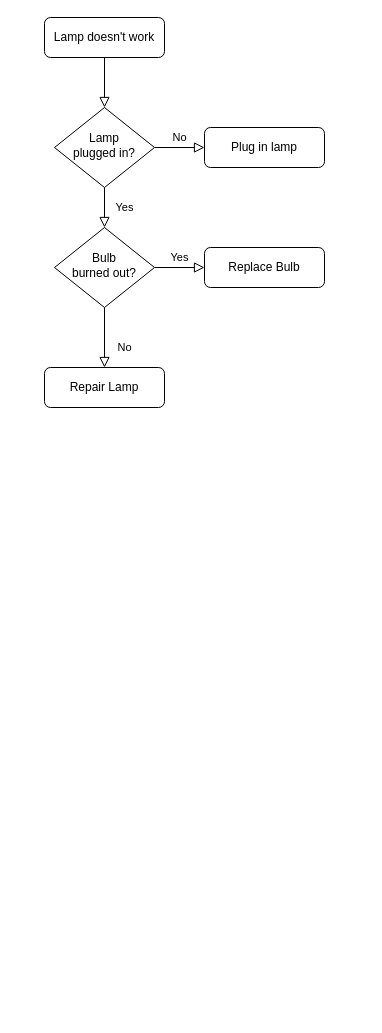
Earlier version of the draw.io diagram Junction.drawio (DanilBV04/CI514---Embedded-Systems). Source tidied: cells renumbered, new cells numbered last; positions are measured from the earlier drawing's top-left corner, leaving out a move shared by most shapes. Both pictures are drawn from the tidied source at 100%, with x=0, y=0 at pixel (44, 17).
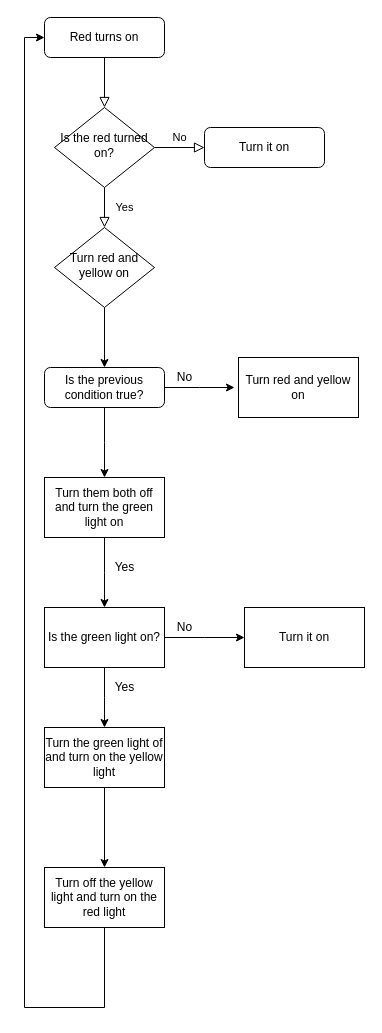
The same page after the edit.

What changed in the source:
```diff
@@
-    <mxCell id="3" value="Lamp doesn't work" style="rounded=1;whiteSpace=wrap;html=1;fontSize=12;glass=0;strokeWidth=1;shadow=0;" parent="1" vertex="1">
+    <mxCell id="3" value="Red turns on" style="rounded=1;whiteSpace=wrap;html=1;fontSize=12;glass=0;strokeWidth=1;shadow=0;" parent="1" vertex="1">
       <mxGeometry width="120" height="40" as="geometry" />
     </mxCell>
@@
-    <mxCell id="6" value="Lamp&lt;br&gt;plugged in?" style="rhombus;whiteSpace=wrap;html=1;shadow=0;fontFamily=Helvetica;fontSize=12;align=center;strokeWidth=1;spacing=6;spacingTop=-4;" parent="1" vertex="1">
+    <mxCell id="6" value="Is the red turned on?" style="rhombus;whiteSpace=wrap;html=1;shadow=0;fontFamily=Helvetica;fontSize=12;align=center;strokeWidth=1;spacing=6;spacingTop=-4;" parent="1" vertex="1">
       <mxGeometry x="10" y="90" width="100" height="80" as="geometry" />
     </mxCell>
-    <mxCell id="7" value="Plug in lamp" style="rounded=1;whiteSpace=wrap;html=1;fontSize=12;glass=0;strokeWidth=1;shadow=0;" parent="1" vertex="1">
+    <mxCell id="7" value="Turn it on" style="rounded=1;whiteSpace=wrap;html=1;fontSize=12;glass=0;strokeWidth=1;shadow=0;" parent="1" vertex="1">
       <mxGeometry x="160" y="110" width="120" height="40" as="geometry" />
     </mxCell>
-    <mxCell id="8" value="No" style="rounded=0;html=1;jettySize=auto;fontSize=11;endArrow=block;endFill=0;endSize=8;strokeWidth=1;shadow=0;labelBackgroundColor=none;edgeStyle=orthogonalEdgeStyle;" parent="1" edge="1" source="10" target="11">
-      <mxGeometry x="0.33" y="20" relative="1" as="geometry" />
+    <mxCell id="8" style="edgeStyle=orthogonalEdgeStyle;rounded=0;jettySize=auto;html=1;entryX=0.5;entryY=0;entryDx=0;entryDy=0;" parent="1" edge="1" source="10" target="11">
+      <mxGeometry relative="1" as="geometry" />
     </mxCell>
-    <mxCell id="9" value="Yes" style="edgeStyle=orthogonalEdgeStyle;rounded=0;html=1;jettySize=auto;fontSize=11;endArrow=block;endFill=0;endSize=8;strokeWidth=1;shadow=0;labelBackgroundColor=none;" parent="1" edge="1" source="10" target="12">
-      <mxGeometry y="10" relative="1" as="geometry" />
-    </mxCell>
-    <mxCell id="10" value="Bulb&lt;br&gt;burned out?" style="rhombus;whiteSpace=wrap;html=1;shadow=0;fontFamily=Helvetica;fontSize=12;align=center;strokeWidth=1;spacing=6;spacingTop=-4;" parent="1" vertex="1">
+    <mxCell id="10" value="Turn red and yellow on" style="rhombus;whiteSpace=wrap;html=1;shadow=0;fontFamily=Helvetica;fontSize=12;align=center;strokeWidth=1;spacing=6;spacingTop=-4;" parent="1" vertex="1">
       <mxGeometry x="10" y="210" width="100" height="80" as="geometry" />
     </mxCell>
+    <mxCell id="13" style="edgeStyle=orthogonalEdgeStyle;rounded=0;jettySize=auto;html=1;" parent="1" edge="1" source="11">
+      <mxGeometry relative="1" as="geometry">
+        <mxPoint x="190" y="370" as="targetPoint" />
+      </mxGeometry>
+    </mxCell>
+    <mxCell id="14" style="edgeStyle=orthogonalEdgeStyle;rounded=0;jettySize=auto;html=1;" parent="1" edge="1" source="11">
+      <mxGeometry relative="1" as="geometry">
+        <mxPoint x="60" y="460" as="targetPoint" />
+      </mxGeometry>
+    </mxCell>
-    <mxCell id="11" value="Repair Lamp" style="rounded=1;whiteSpace=wrap;html=1;fontSize=12;glass=0;strokeWidth=1;shadow=0;" parent="1" vertex="1">
+    <mxCell id="11" value="Is the previous condition true?" style="rounded=1;whiteSpace=wrap;html=1;fontSize=12;glass=0;strokeWidth=1;shadow=0;" parent="1" vertex="1">
       <mxGeometry y="350" width="120" height="40" as="geometry" />
     </mxCell>
-    <mxCell id="12" value="Replace Bulb" style="rounded=1;whiteSpace=wrap;html=1;fontSize=12;glass=0;strokeWidth=1;shadow=0;" parent="1" vertex="1">
-      <mxGeometry x="160" y="230" width="120" height="40" as="geometry" />
-    </mxCell>
+    <mxCell id="15" value="Turn red and yellow on" style="whiteSpace=wrap;html=1;" parent="1" vertex="1">
+      <mxGeometry x="194" y="340" width="120" height="60" as="geometry" />
+    </mxCell>
+    <mxCell id="16" value="No" style="text;html=1;align=center;verticalAlign=middle;strokeColor=none;fillColor=none;" parent="1" vertex="1">
+      <mxGeometry x="125" y="350" width="30" height="20" as="geometry" />
+    </mxCell>
+    <mxCell id="17" style="edgeStyle=orthogonalEdgeStyle;rounded=0;jettySize=auto;html=1;" parent="1" edge="1" source="18">
+      <mxGeometry relative="1" as="geometry">
+        <mxPoint x="60" y="590" as="targetPoint" />
+      </mxGeometry>
+    </mxCell>
+    <mxCell id="18" value="Turn them both off and turn the green light on" style="whiteSpace=wrap;html=1;" parent="1" vertex="1">
+      <mxGeometry y="460" width="120" height="60" as="geometry" />
+    </mxCell>
+    <mxCell id="19" style="edgeStyle=orthogonalEdgeStyle;rounded=0;jettySize=auto;html=1;" parent="1" edge="1" source="21">
+      <mxGeometry relative="1" as="geometry">
+        <mxPoint x="200" y="620" as="targetPoint" />
+      </mxGeometry>
+    </mxCell>
+    <mxCell id="20" style="edgeStyle=orthogonalEdgeStyle;rounded=0;jettySize=auto;html=1;" parent="1" edge="1" source="21">
+      <mxGeometry relative="1" as="geometry">
+        <mxPoint x="60" y="710" as="targetPoint" />
+      </mxGeometry>
+    </mxCell>
+    <mxCell id="21" value="Is the green light on?" style="whiteSpace=wrap;html=1;" parent="1" vertex="1">
+      <mxGeometry y="590" width="120" height="60" as="geometry" />
+    </mxCell>
+    <mxCell id="22" value="Turn it on" style="whiteSpace=wrap;html=1;" parent="1" vertex="1">
+      <mxGeometry x="200" y="590" width="120" height="60" as="geometry" />
+    </mxCell>
+    <mxCell id="23" value="No" style="text;html=1;align=center;verticalAlign=middle;strokeColor=none;fillColor=none;" parent="1" vertex="1">
+      <mxGeometry x="125" y="600" width="30" height="20" as="geometry" />
+    </mxCell>
+    <mxCell id="24" style="edgeStyle=orthogonalEdgeStyle;rounded=0;jettySize=auto;html=1;" parent="1" edge="1" source="25" target="29">
+      <mxGeometry relative="1" as="geometry" />
+    </mxCell>
+    <mxCell id="25" value="Turn the green light of and turn on the yellow light" style="whiteSpace=wrap;html=1;" parent="1" vertex="1">
+      <mxGeometry y="710" width="120" height="60" as="geometry" />
+    </mxCell>
+    <mxCell id="26" value="Yes" style="text;html=1;align=center;verticalAlign=middle;strokeColor=none;fillColor=none;" parent="1" vertex="1">
+      <mxGeometry x="60" y="660" width="40" height="20" as="geometry" />
+    </mxCell>
+    <mxCell id="27" value="Yes" style="text;html=1;align=center;verticalAlign=middle;strokeColor=none;fillColor=none;" parent="1" vertex="1">
+      <mxGeometry x="60" y="540" width="40" height="20" as="geometry" />
+    </mxCell>
+    <mxCell id="28" style="edgeStyle=orthogonalEdgeStyle;rounded=0;jettySize=auto;html=1;entryX=0;entryY=0.5;entryDx=0;entryDy=0;" parent="1" edge="1" source="29" target="3">
+      <mxGeometry relative="1" as="geometry">
+        <Array as="points">
+          <mxPoint x="60" y="990" />
+          <mxPoint x="-20" y="990" />
+          <mxPoint x="-20" y="20" />
+        </Array>
+      </mxGeometry>
+    </mxCell>
+    <mxCell id="29" value="Turn off the yellow light and turn on the red light" style="whiteSpace=wrap;html=1;" parent="1" vertex="1">
+      <mxGeometry y="850" width="120" height="60" as="geometry" />
+    </mxCell>
```
